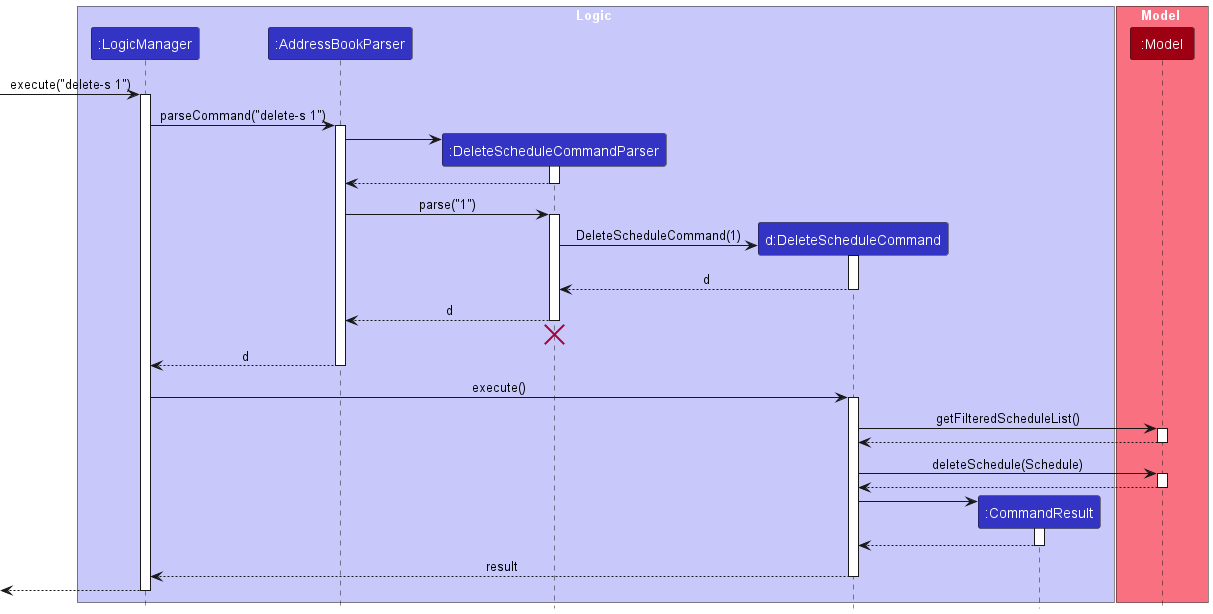
Earlier version of the PlantUML export docs/images/DeleteScheduleSequenceDiagram.png (nus-cs2103-AY2324S1/tp). Source of this version:
```plantuml
@startuml
!include style.puml
skinparam ArrowFontStyle plain

box Logic LOGIC_COLOR_T1
participant ":LogicManager" as LogicManager LOGIC_COLOR
participant ":AddressBookParser" as AddressBookParser LOGIC_COLOR
participant ":DeleteScheduleCommandParser" as DeleteScheduleCommandParser LOGIC_COLOR
participant "d:DeleteScheduleCommand" as DeleteScheduleCommand LOGIC_COLOR
participant ":CommandResult" as CommandResult LOGIC_COLOR
end box

box Model MODEL_COLOR_T1
participant ":Model" as Model MODEL_COLOR
end box

[-> LogicManager : execute("delete-s 1")
activate LogicManager

LogicManager -> AddressBookParser : parseCommand("delete-s 1")
activate AddressBookParser

create DeleteScheduleCommandParser
AddressBookParser -> DeleteScheduleCommandParser
activate DeleteScheduleCommandParser

DeleteScheduleCommandParser --> AddressBookParser
deactivate DeleteScheduleCommandParser

AddressBookParser -> DeleteScheduleCommandParser : parse("1")
activate DeleteScheduleCommandParser

create DeleteScheduleCommand
DeleteScheduleCommandParser -> DeleteScheduleCommand : DeleteScheduleCommand(1)
activate DeleteScheduleCommand

DeleteScheduleCommand --> DeleteScheduleCommandParser : d
deactivate DeleteScheduleCommand

DeleteScheduleCommandParser --> AddressBookParser : d
deactivate DeleteScheduleCommandParser
DeleteScheduleCommandParser -[hidden]-> AddressBookParser
destroy DeleteScheduleCommandParser

AddressBookParser --> LogicManager : d
deactivate AddressBookParser

LogicManager -> DeleteScheduleCommand : execute()
activate DeleteScheduleCommand

DeleteScheduleCommand -> Model : getFilteredScheduleList()
activate Model

Model --> DeleteScheduleCommand
deactivate Model

DeleteScheduleCommand -> Model : deleteSchedule(Schedule)
activate Model

Model --> DeleteScheduleCommand
deactivate Model

create CommandResult
DeleteScheduleCommand -> CommandResult
activate CommandResult

CommandResult --> DeleteScheduleCommand
deactivate CommandResult

DeleteScheduleCommand --> LogicManager : result
deactivate DeleteScheduleCommand

[<-- LogicManager
deactivate LogicManager
@enduml
```
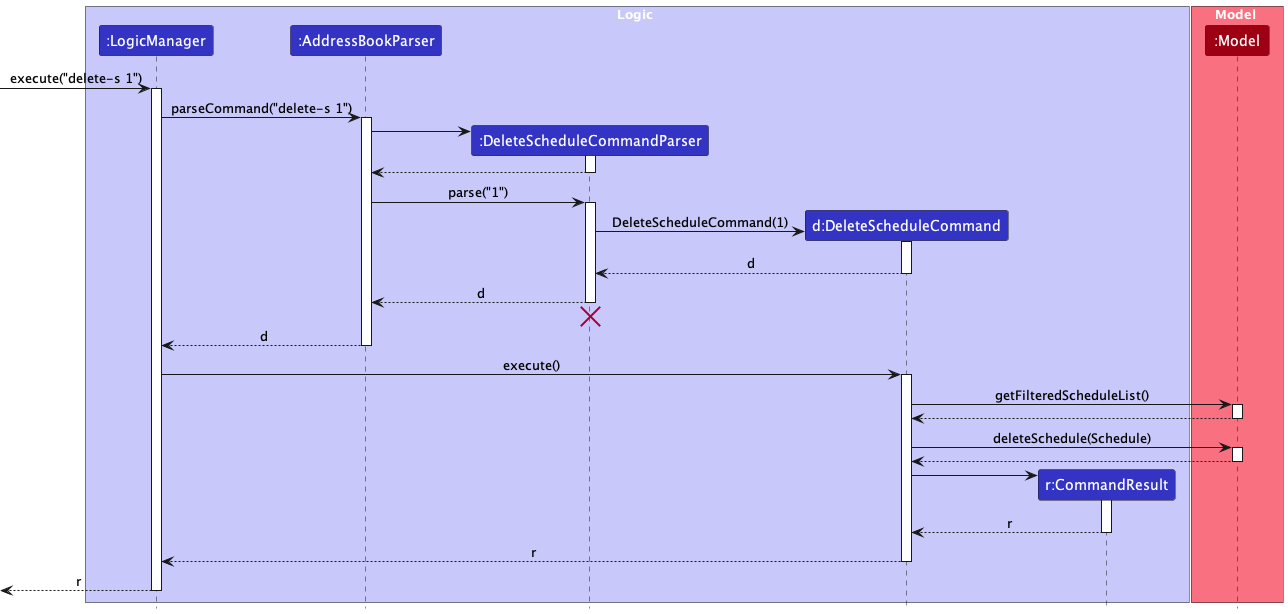
Above is the later version.

Commit message:
Update sequence diagrams in DG

What changed in the source:
```diff
@@ -7,7 +7,7 @@
 participant ":AddressBookParser" as AddressBookParser LOGIC_COLOR
 participant ":DeleteScheduleCommandParser" as DeleteScheduleCommandParser LOGIC_COLOR
 participant "d:DeleteScheduleCommand" as DeleteScheduleCommand LOGIC_COLOR
-participant ":CommandResult" as CommandResult LOGIC_COLOR
+participant "r:CommandResult" as CommandResult LOGIC_COLOR
 end box
 
 box Model MODEL_COLOR_T1
@@ -64,12 +64,12 @@
 DeleteScheduleCommand -> CommandResult
 activate CommandResult
 
-CommandResult --> DeleteScheduleCommand
+CommandResult --> DeleteScheduleCommand : r
 deactivate CommandResult
 
-DeleteScheduleCommand --> LogicManager : result
+DeleteScheduleCommand --> LogicManager : r
 deactivate DeleteScheduleCommand
 
-[<-- LogicManager
+[<-- LogicManager : r
 deactivate LogicManager
 @enduml
```
